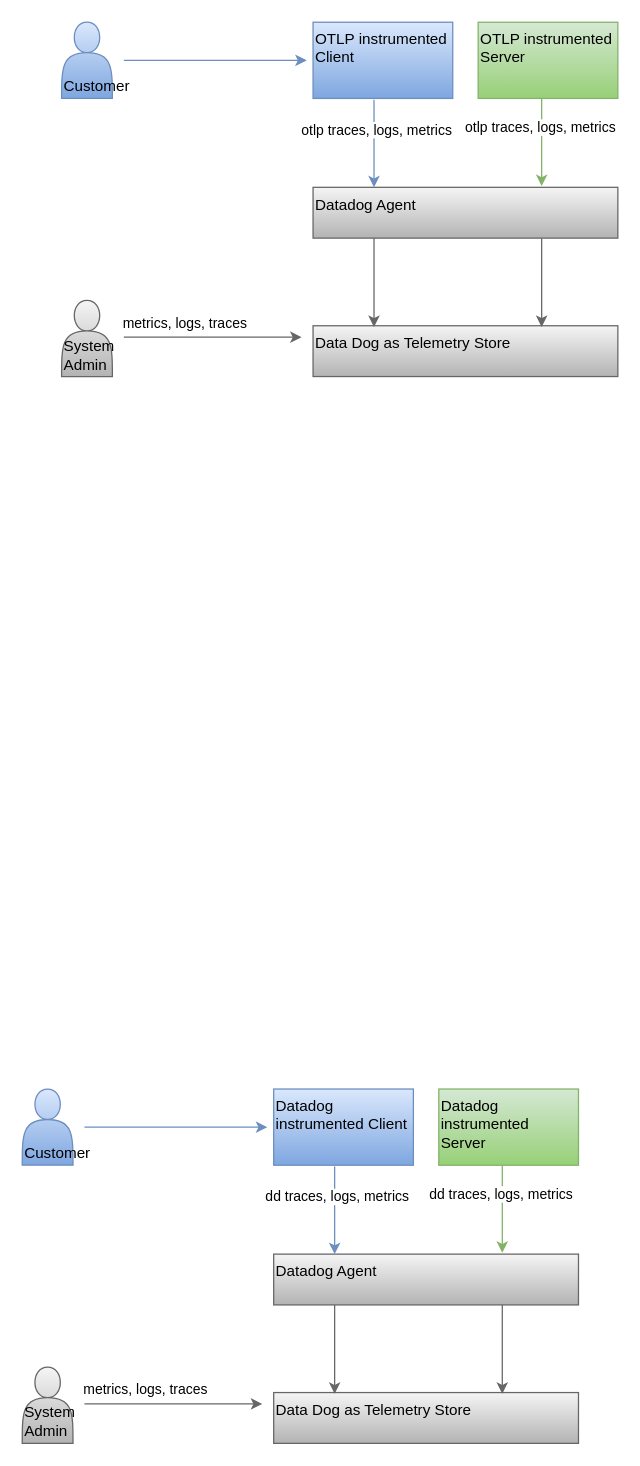
The draw.io diagram opentelemetry-dd.drawio in sanjeevgiri/open-telemetry-dd, before the edit. Source tidied: cells renumbered, new cells numbered last; positions are measured from the earlier drawing's top-left corner, leaving out a move shared by most shapes. Both pictures are drawn from the tidied source at 127%, with x=0, y=0 at pixel (22, 22).
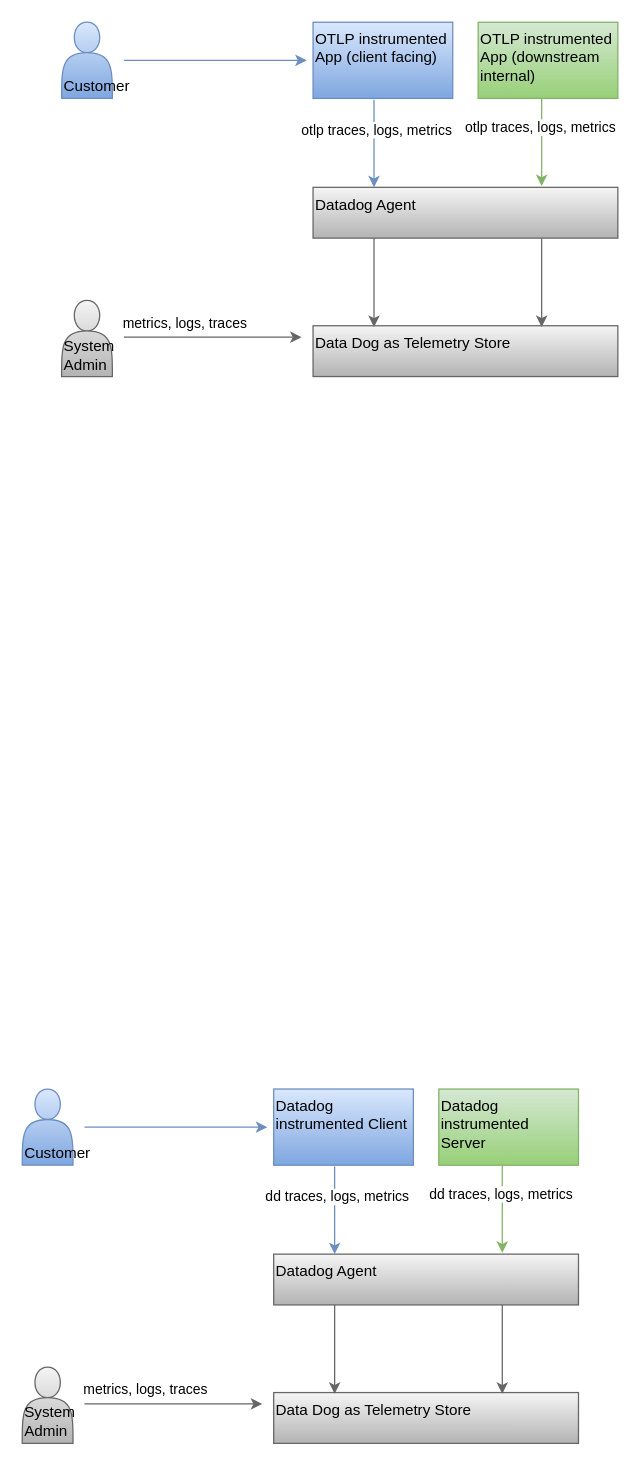
The same page after the edit.

Diff of the diagram source:
```diff
@@
-    <mxCell id="2" value="OTLP instrumented Client" style="rounded=0;whiteSpace=wrap;html=1;align=left;verticalAlign=top;fillColor=#dae8fc;gradientColor=#7ea6e0;strokeColor=#6c8ebf;" parent="1" vertex="1">
+    <mxCell id="2" value="OTLP instrumented App (client facing)" style="rounded=0;whiteSpace=wrap;html=1;align=left;verticalAlign=top;fillColor=#dae8fc;gradientColor=#7ea6e0;strokeColor=#6c8ebf;" parent="1" vertex="1">
       <mxGeometry x="229" width="110" height="60" as="geometry" />
     </mxCell>
-    <mxCell id="3" value="OTLP instrumented Server" style="rounded=0;whiteSpace=wrap;html=1;align=left;verticalAlign=top;fillColor=#d5e8d4;gradientColor=#97d077;strokeColor=#82b366;" parent="1" vertex="1">
+    <mxCell id="3" value="OTLP instrumented App (downstream internal)" style="rounded=0;whiteSpace=wrap;html=1;align=left;verticalAlign=top;fillColor=#d5e8d4;gradientColor=#97d077;strokeColor=#82b366;" parent="1" vertex="1">
       <mxGeometry x="359" width="110" height="60" as="geometry" />
     </mxCell>
```
